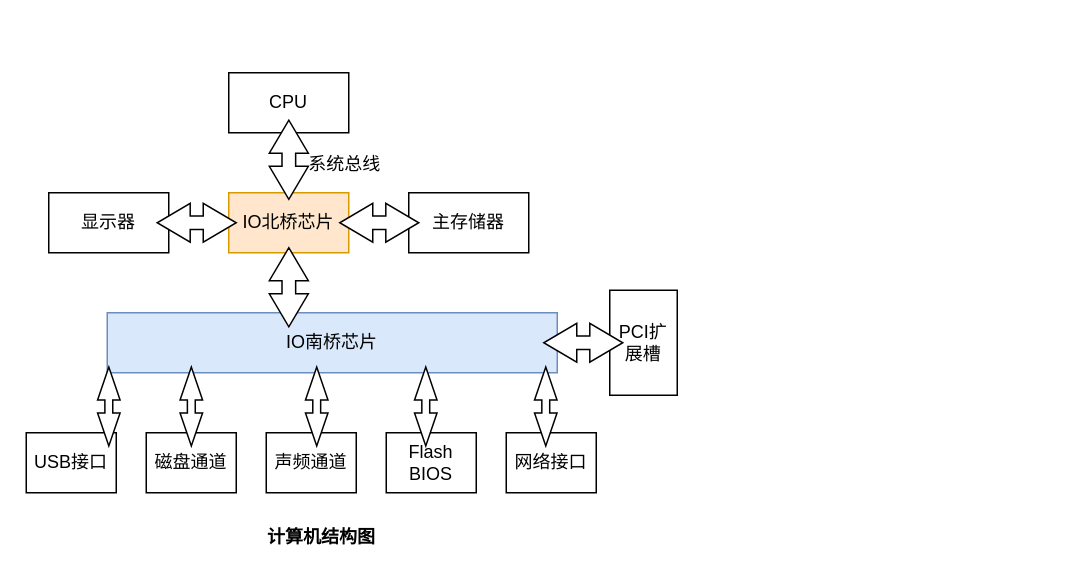
The draw.io diagram epoll.drawio in xuelei20/drawio, before the edit. Source tidied: cells renumbered, new cells numbered last; positions are measured from the earlier drawing's top-left corner, leaving out a move shared by most shapes. Both pictures are drawn from the tidied source at 150%, with x=0, y=0 at pixel (26, 72).
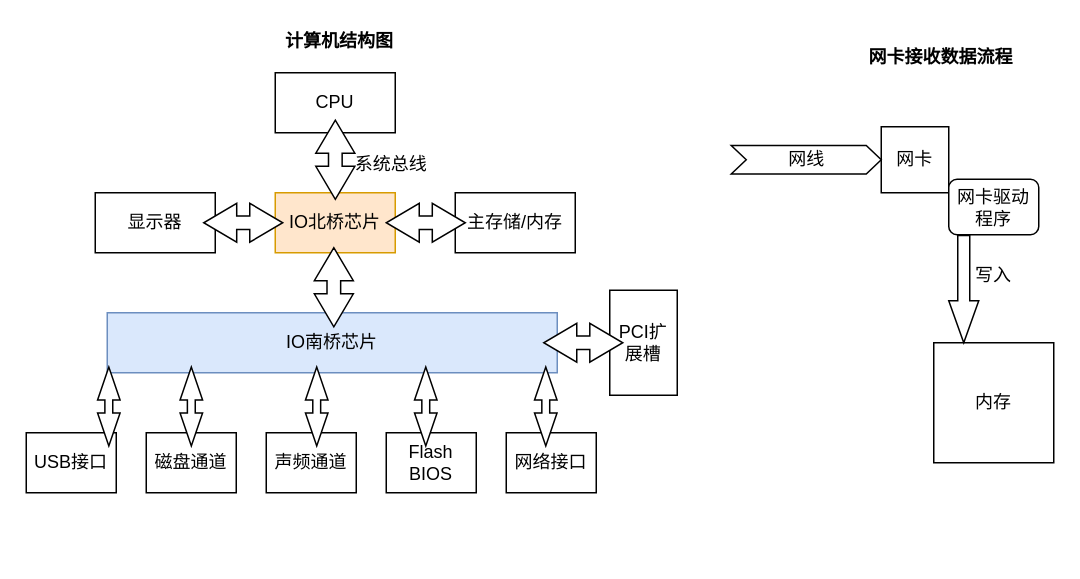
After the change.

Commit message:
网卡接收数据流程

Diff of the diagram source:
```diff
@@
     <mxCell id="2" value="IO北桥芯片" style="rounded=0;whiteSpace=wrap;html=1;fillColor=#ffe6cc;strokeColor=#d79b00;" parent="1" vertex="1">
-      <mxGeometry x="135" y="80" width="80" height="40" as="geometry" />
+      <mxGeometry x="166" y="80" width="80" height="40" as="geometry" />
     </mxCell>
     <mxCell id="3" value="CPU" style="rounded=0;whiteSpace=wrap;html=1;" parent="1" vertex="1">
-      <mxGeometry x="135" width="80" height="40" as="geometry" />
+      <mxGeometry x="166" width="80" height="40" as="geometry" />
     </mxCell>
     <mxCell id="4" value="显示器" style="rounded=0;whiteSpace=wrap;html=1;" parent="1" vertex="1">
-      <mxGeometry x="15" y="80" width="80" height="40" as="geometry" />
+      <mxGeometry x="46" y="80" width="80" height="40" as="geometry" />
     </mxCell>
-    <mxCell id="5" value="主存储器" style="rounded=0;whiteSpace=wrap;html=1;" parent="1" vertex="1">
-      <mxGeometry x="255" y="80" width="80" height="40" as="geometry" />
+    <mxCell id="5" value="主存储/内存" style="rounded=0;whiteSpace=wrap;html=1;" parent="1" vertex="1">
+      <mxGeometry x="286" y="80" width="80" height="40" as="geometry" />
     </mxCell>
@@
     <mxCell id="13" style="html=1;shadow=0;dashed=0;align=center;verticalAlign=middle;shape=mxgraph.arrows2.twoWayArrow;dy=0.65;dx=22;rotation=90;" parent="1" vertex="1">
-      <mxGeometry x="148.7" y="45" width="52.7" height="26" as="geometry" />
+      <mxGeometry x="179.7" y="45" width="52.7" height="26" as="geometry" />
     </mxCell>
     <mxCell id="14" value="系统总线" style="text;html=1;strokeColor=none;fillColor=none;align=center;verticalAlign=middle;whiteSpace=wrap;rounded=0;" parent="1" vertex="1">
-      <mxGeometry x="185" y="51" width="55" height="20" as="geometry" />
+      <mxGeometry x="216" y="51" width="55" height="20" as="geometry" />
     </mxCell>
@@
     <mxCell id="20" style="html=1;shadow=0;dashed=0;align=center;verticalAlign=middle;shape=mxgraph.arrows2.twoWayArrow;dy=0.65;dx=22;rotation=90;" parent="1" vertex="1">
-      <mxGeometry x="148.7" y="130" width="52.7" height="26" as="geometry" />
+      <mxGeometry x="178.7" y="130" width="52.7" height="26" as="geometry" />
     </mxCell>
     <mxCell id="21" style="html=1;shadow=0;dashed=0;align=center;verticalAlign=middle;shape=mxgraph.arrows2.twoWayArrow;dy=0.65;dx=22;rotation=0;" parent="1" vertex="1">
-      <mxGeometry x="87.3" y="87" width="52.7" height="26" as="geometry" />
+      <mxGeometry x="118.3" y="87" width="52.7" height="26" as="geometry" />
     </mxCell>
     <mxCell id="22" style="html=1;shadow=0;dashed=0;align=center;verticalAlign=middle;shape=mxgraph.arrows2.twoWayArrow;dy=0.65;dx=22;rotation=0;" parent="1" vertex="1">
-      <mxGeometry x="209" y="87" width="52.7" height="26" as="geometry" />
+      <mxGeometry x="240" y="87" width="52.7" height="26" as="geometry" />
     </mxCell>
@@
     <mxCell id="24" value="计算机结构图" style="text;html=1;strokeColor=none;fillColor=none;align=center;verticalAlign=middle;whiteSpace=wrap;rounded=0;fontStyle=1;" parent="1" vertex="1">
-      <mxGeometry x="140" y="300" width="113.7" height="20" as="geometry" />
+      <mxGeometry x="152.3" y="-31" width="113.7" height="20" as="geometry" />
     </mxCell>
+    <mxCell id="25" value="网卡接收数据流程" style="text;html=1;strokeColor=none;fillColor=none;align=center;verticalAlign=middle;whiteSpace=wrap;rounded=0;fontStyle=1;" parent="1" vertex="1">
+      <mxGeometry x="555" y="-20" width="110" height="20" as="geometry" />
+    </mxCell>
+    <mxCell id="26" value="网卡" style="rounded=0;whiteSpace=wrap;html=1;" parent="1" vertex="1">
+      <mxGeometry x="570" y="36" width="45" height="44" as="geometry" />
+    </mxCell>
+    <mxCell id="27" value="网线" style="html=1;shadow=0;dashed=0;align=center;verticalAlign=middle;shape=mxgraph.arrows2.arrow;dy=0;dx=10;notch=10;" parent="1" vertex="1">
+      <mxGeometry x="470" y="48.5" width="100" height="19" as="geometry" />
+    </mxCell>
+    <mxCell id="28" value="内存" style="whiteSpace=wrap;html=1;" parent="1" vertex="1">
+      <mxGeometry x="605" y="180" width="80" height="80" as="geometry" />
+    </mxCell>
+    <mxCell id="29" style="html=1;shadow=0;dashed=0;align=center;verticalAlign=middle;shape=mxgraph.arrows2.arrow;dy=0.6;dx=28;direction=south;notch=0;" parent="1" vertex="1">
+      <mxGeometry x="615" y="108.5" width="20" height="71.5" as="geometry" />
+    </mxCell>
+    <mxCell id="30" value="写入" style="text;html=1;strokeColor=none;fillColor=none;align=center;verticalAlign=middle;whiteSpace=wrap;rounded=0;" parent="1" vertex="1">
+      <mxGeometry x="625" y="125" width="40" height="20" as="geometry" />
+    </mxCell>
+    <mxCell id="31" value="网卡驱动程序" style="rounded=1;whiteSpace=wrap;html=1;" parent="1" vertex="1">
+      <mxGeometry x="615" y="71" width="60" height="37" as="geometry" />
+    </mxCell>
```
